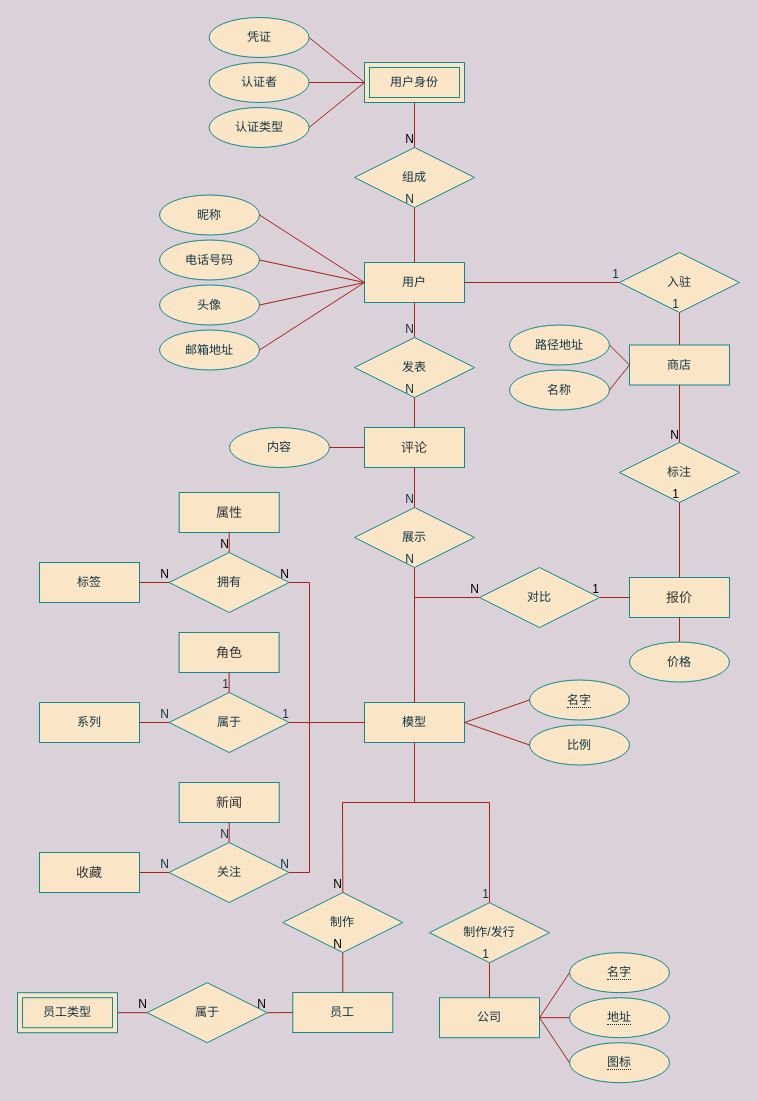
This is Docs/FigureDB-ERDiagramSimple.drawio from Lem0nCD/FigureDB, a draw.io file, before an edit. Source tidied: cells renumbered, new cells numbered last; positions are measured from the earlier drawing's top-left corner, leaving out a move shared by most shapes. Both pictures are drawn from the tidied source at 100%, with x=0, y=0 at pixel (17, 17).
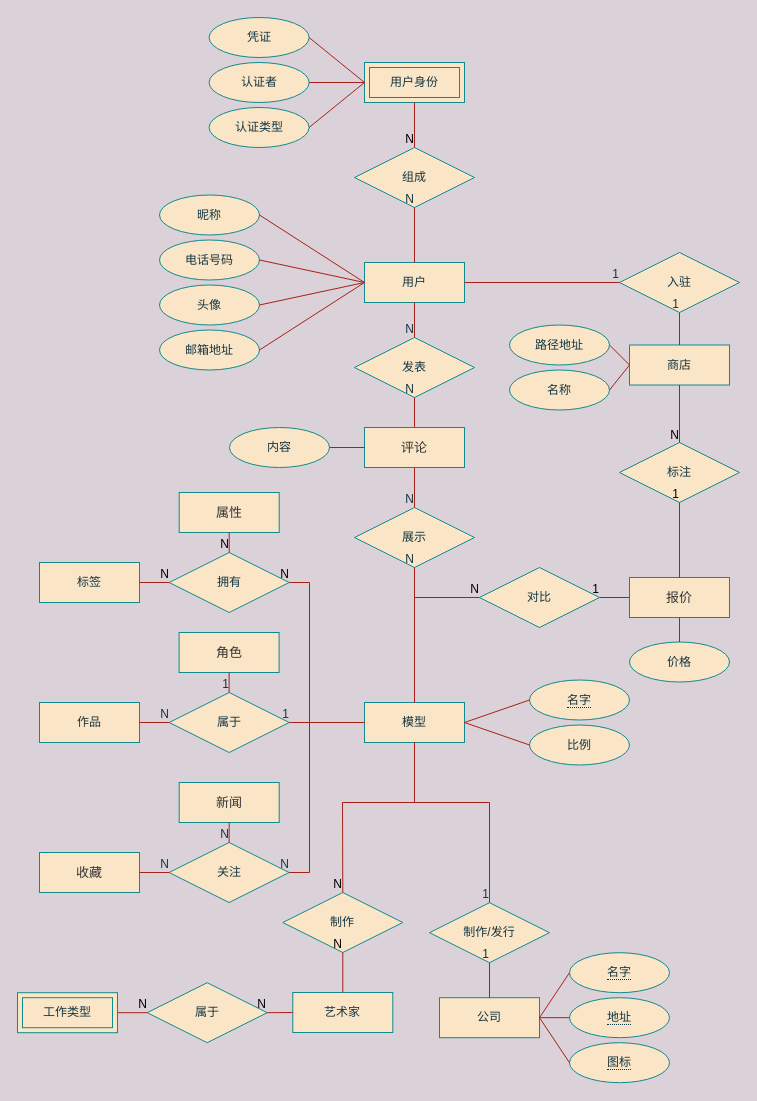
Above is the later version.

The edit, as a diff of the source:
```diff
@@
-    <mxCell id="6" value="员工" style="whiteSpace=wrap;html=1;align=center;fillColor=#FAE5C7;strokeColor=#0F8B8D;fontColor=#143642;" parent="1" vertex="1">
+    <mxCell id="6" value="艺术家" style="whiteSpace=wrap;html=1;align=center;fillColor=#FAE5C7;strokeColor=#0F8B8D;fontColor=#143642;" parent="1" vertex="1">
       <mxGeometry x="275.3" y="975" width="100" height="40" as="geometry" />
     </mxCell>
@@
-    <mxCell id="24" value="系列" style="whiteSpace=wrap;html=1;align=center;glass=0;fillColor=#FAE5C7;strokeColor=#0F8B8D;fontColor=#143642;" parent="1" vertex="1">
+    <mxCell id="24" value="作品" style="whiteSpace=wrap;html=1;align=center;glass=0;fillColor=#FAE5C7;strokeColor=#0F8B8D;fontColor=#143642;" parent="1" vertex="1">
       <mxGeometry x="22" y="685" width="100" height="40" as="geometry" />
     </mxCell>
@@
-    <mxCell id="99" value="员工类型" style="shape=ext;margin=3;double=1;whiteSpace=wrap;html=1;align=center;rounded=0;sketch=0;strokeColor=#0F8B8D;fillColor=#FAE5C7;fontColor=#143642;" parent="1" vertex="1">
+    <mxCell id="99" value="工作类型" style="shape=ext;margin=3;double=1;whiteSpace=wrap;html=1;align=center;rounded=0;sketch=0;strokeColor=#0F8B8D;fillColor=#FAE5C7;fontColor=#143642;" parent="1" vertex="1">
       <mxGeometry y="975.2" width="100" height="40" as="geometry" />
     </mxCell>
```
